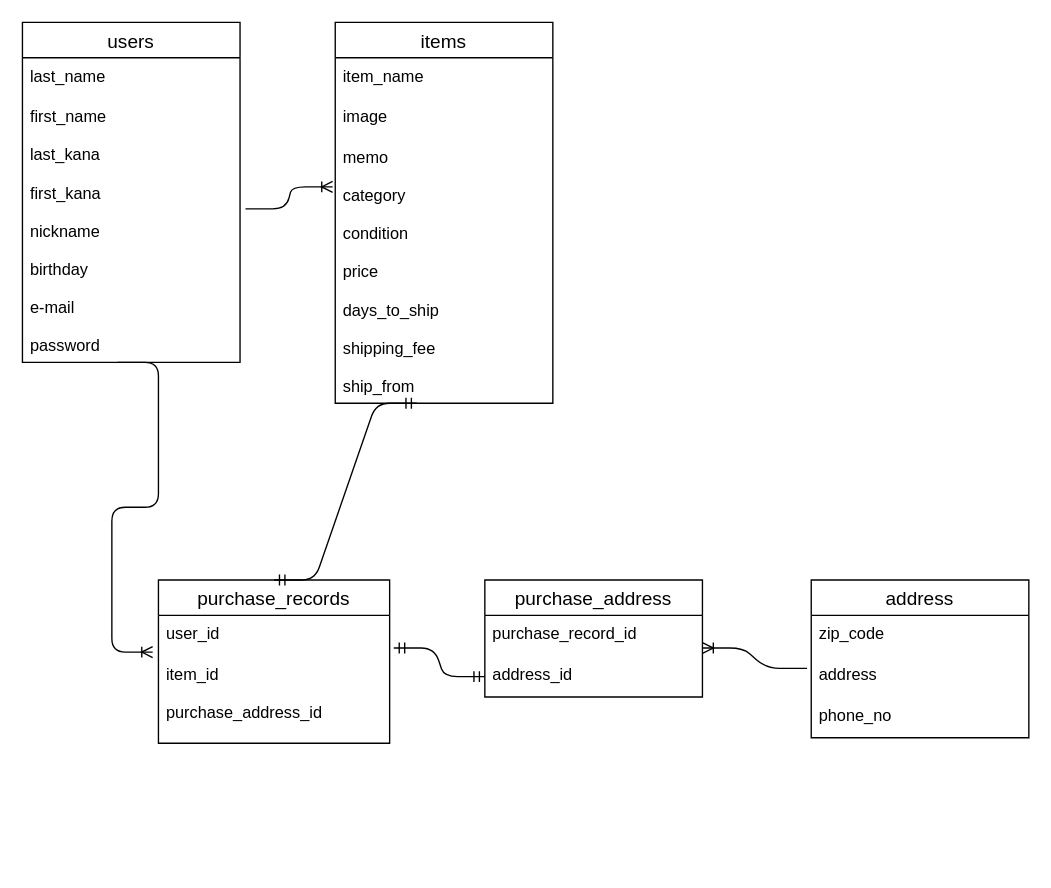
The draw.io diagram ER.dio in footarou/furima-31520, before the edit. Source tidied: cells renumbered, new cells numbered last; positions are measured from the earlier drawing's top-left corner, leaving out a move shared by most shapes. Both pictures are drawn from the tidied source at 136%, with x=0, y=0 at pixel (22, 22).
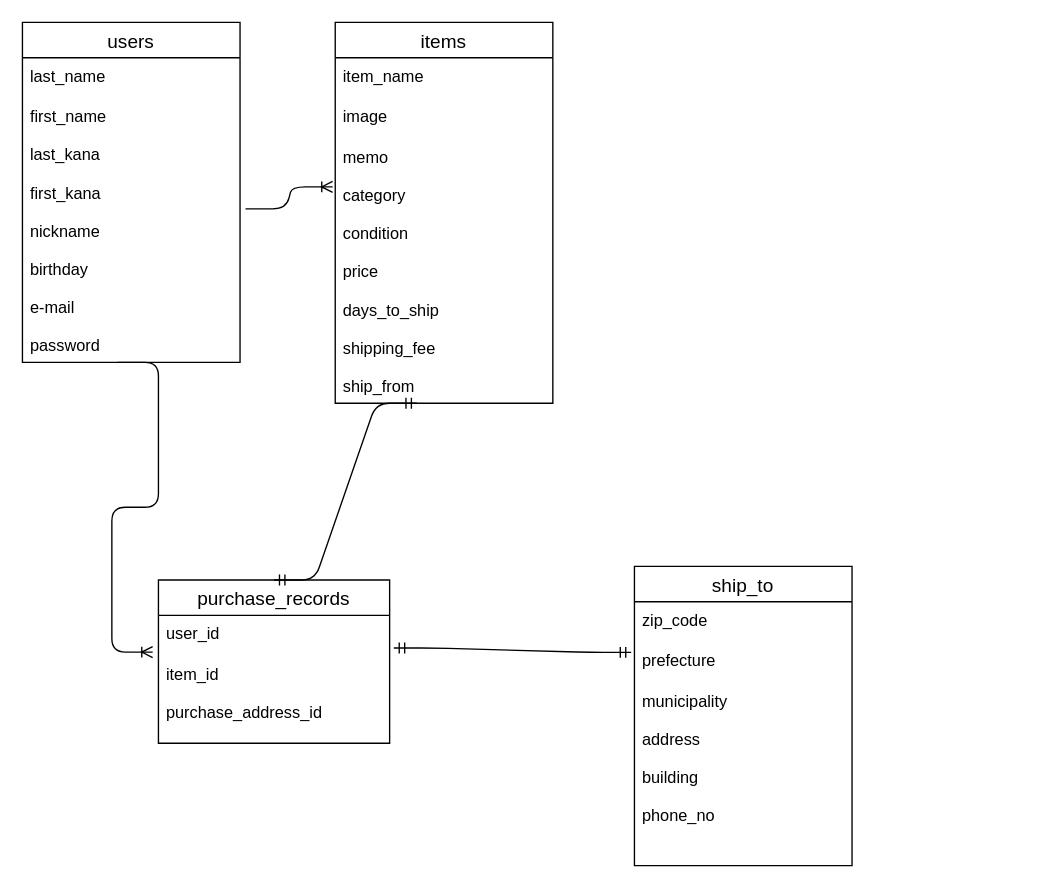
The same diagram, later.

Commit message:
Database design ER

The change refers to these unchanged cells:
```xml
<mxCell id="11" value="user_id" style="text;strokeColor=none;fillColor=none;spacingLeft=4;spacingRight=4;overflow=hidden;points=[[0,0.5],[1,0.5]];portConstraint=eastwest;fontSize=12;" parent="10" vertex="1">
  <mxGeometry y="26" width="170" height="30" as="geometry" />
</mxCell>
```

What changed in the source:
```diff
@@
-    <mxCell id="14" value="purchase_address" style="swimlane;fontStyle=0;horizontal=1;startSize=26;align=center;fontSize=14;" parent="1" vertex="1">
-      <mxGeometry x="340" y="410" width="160" height="86" as="geometry" />
-    </mxCell>
-    <mxCell id="15" value="purchase_record_id&#10;&#10;" style="text;strokeColor=none;fillColor=none;spacingLeft=4;spacingRight=4;overflow=hidden;points=[[0,0.5],[1,0.5]];portConstraint=eastwest;fontSize=12;" parent="14" vertex="1">
-      <mxGeometry y="26" width="160" height="30" as="geometry" />
-    </mxCell>
-    <mxCell id="16" value="address_id&#10;&#10;" style="text;strokeColor=none;fillColor=none;spacingLeft=4;spacingRight=4;overflow=hidden;points=[[0,0.5],[1,0.5]];portConstraint=eastwest;fontSize=12;" parent="14" vertex="1">
-      <mxGeometry y="56" width="160" height="30" as="geometry" />
-    </mxCell>
-    <mxCell id="17" value="address" style="swimlane;fontStyle=0;horizontal=1;startSize=26;align=center;fontSize=14;" parent="1" vertex="1">
-      <mxGeometry x="580" y="410" width="160" height="116" as="geometry" />
+    <mxCell id="17" value="ship_to" style="swimlane;fontStyle=0;horizontal=1;startSize=26;align=center;fontSize=14;" parent="1" vertex="1">
+      <mxGeometry x="450" y="400" width="160" height="220" as="geometry" />
     </mxCell>
@@
-    <mxCell id="19" value="address" style="text;strokeColor=none;fillColor=none;spacingLeft=4;spacingRight=4;overflow=hidden;points=[[0,0.5],[1,0.5]];portConstraint=eastwest;fontSize=12;" parent="17" vertex="1">
+    <mxCell id="19" value="prefecture&#10;&#10;&#10;&#10;&#10;&#10;&#10;&#10;" style="text;strokeColor=none;fillColor=none;spacingLeft=4;spacingRight=4;overflow=hidden;points=[[0,0.5],[1,0.5]];portConstraint=eastwest;fontSize=12;" parent="17" vertex="1">
       <mxGeometry y="56" width="160" height="30" as="geometry" />
     </mxCell>
-    <mxCell id="20" value="phone_no" style="text;strokeColor=none;fillColor=none;spacingLeft=4;spacingRight=4;overflow=hidden;fontSize=12;" parent="17" vertex="1">
-      <mxGeometry y="86" width="160" height="30" as="geometry" />
+    <mxCell id="20" value="municipality&#10;&#10;address&#10;&#10;building &#10;&#10;phone_no" style="text;strokeColor=none;fillColor=none;spacingLeft=4;spacingRight=4;overflow=hidden;fontSize=12;" parent="17" vertex="1">
+      <mxGeometry y="86" width="160" height="134" as="geometry" />
     </mxCell>
-    <mxCell id="21" style="edgeStyle=entityRelationEdgeStyle;fontSize=12;html=1;endArrow=ERmandOne;startArrow=ERmandOne;entryX=0;entryY=0.5;entryDx=0;entryDy=0;exitX=1.018;exitY=0.8;exitDx=0;exitDy=0;exitPerimeter=0;" parent="1" edge="1" source="11" target="16">
+    <mxCell id="21" style="edgeStyle=entityRelationEdgeStyle;fontSize=12;html=1;endArrow=ERmandOne;startArrow=ERmandOne;entryX=-0.015;entryY=0.239;entryDx=0;entryDy=0;exitX=1.018;exitY=0.8;exitDx=0;exitDy=0;exitPerimeter=0;entryPerimeter=0;" parent="1" edge="1" source="11" target="19">
       <mxGeometry relative="1" as="geometry" />
     </mxCell>
-    <mxCell id="22" style="edgeStyle=entityRelationEdgeStyle;fontSize=12;html=1;endArrow=ERoneToMany;exitX=-0.019;exitY=0.3;exitDx=0;exitDy=0;exitPerimeter=0;entryX=1;entryY=0.8;entryDx=0;entryDy=0;entryPerimeter=0;" parent="1" edge="1" source="19" target="15">
-      <mxGeometry relative="1" as="geometry" />
-    </mxCell>
```
